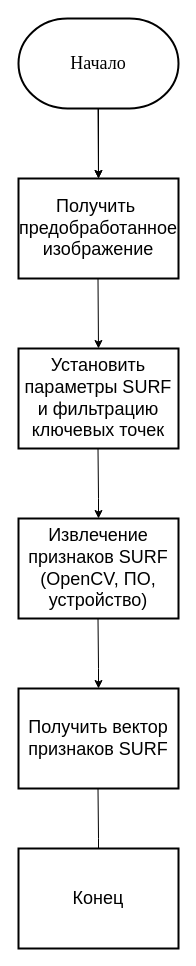
This is Untitled Diagram.drawio from Ali1996408/-1, a draw.io file, before an edit. Source tidied: cells renumbered, new cells numbered last; positions are measured from the earlier drawing's top-left corner, leaving out a move shared by most shapes. Both pictures are drawn from the tidied source at 100%, with x=0, y=0 at pixel (18, 18).
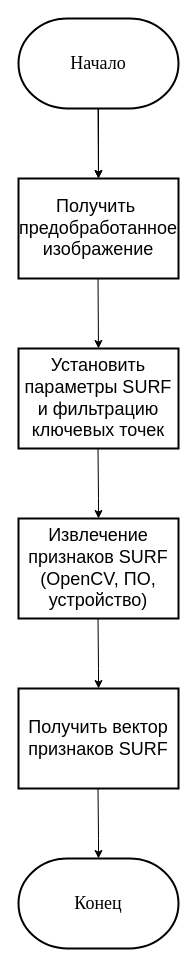
The same page after the edit.

Change to the diagram source:
```diff
@@
-    <mxCell id="13" value="&lt;font style=&quot;color: light-dark(rgb(0, 0, 0), rgb(0, 0, 0));&quot;&gt;Конец&lt;/font&gt;" style="rounded=0;whiteSpace=wrap;html=1;fillColor=light-dark(#FFFFFF,#FBFBFB);strokeColor=light-dark(#000000,#060606);strokeWidth=2;fontSize=18;" parent="1" vertex="1">
-      <mxGeometry y="830" width="160" height="100" as="geometry" />
+    <mxCell id="13" value="&lt;font style=&quot;color: light-dark(rgb(0, 0, 0), rgb(3, 3, 3));&quot; face=&quot;Times New Roman&quot;&gt;Конец&lt;/font&gt;" style="strokeWidth=2;html=1;shape=mxgraph.flowchart.terminator;whiteSpace=wrap;fillColor=light-dark(#FFFFFF,#FFFFFF);strokeColor=light-dark(#000000,#000000);fontSize=18;" parent="1" vertex="1">
+      <mxGeometry y="840" width="160" height="90" as="geometry" />
     </mxCell>
```
